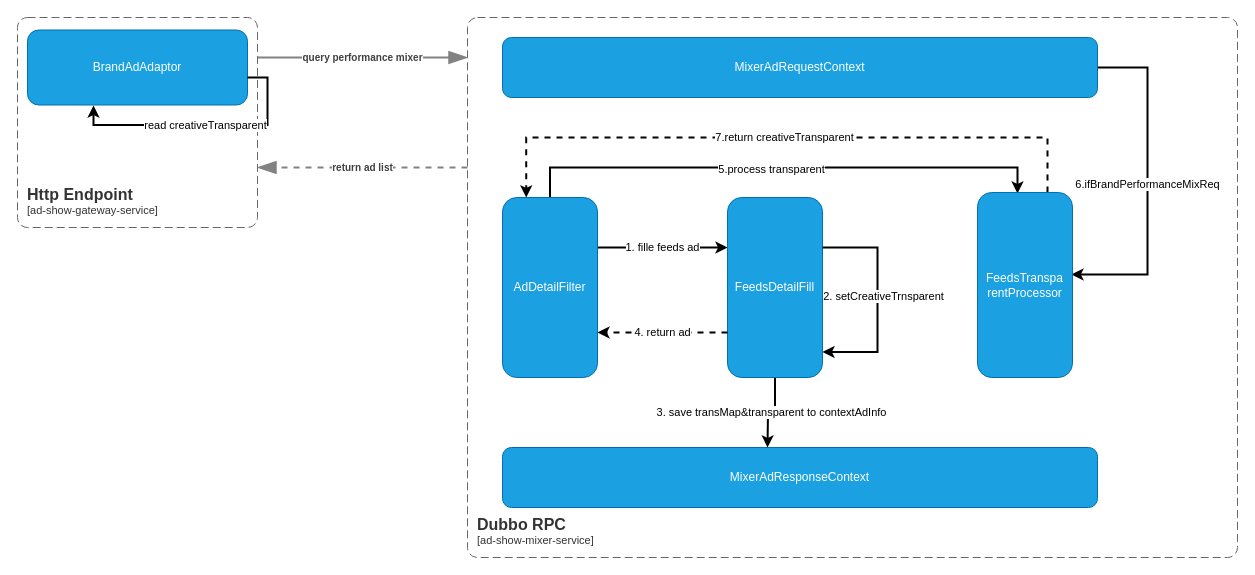
Before: universal-engine/universal-transparent.drawio in karlchan-cn/drawio-repository, a draw.io diagram. Source tidied: cells renumbered, new cells numbered last; positions are measured from the earlier drawing's top-left corner, leaving out a move shared by most shapes. Both pictures are drawn from the tidied source at 100%, with x=0, y=0 at pixel (17, 17).
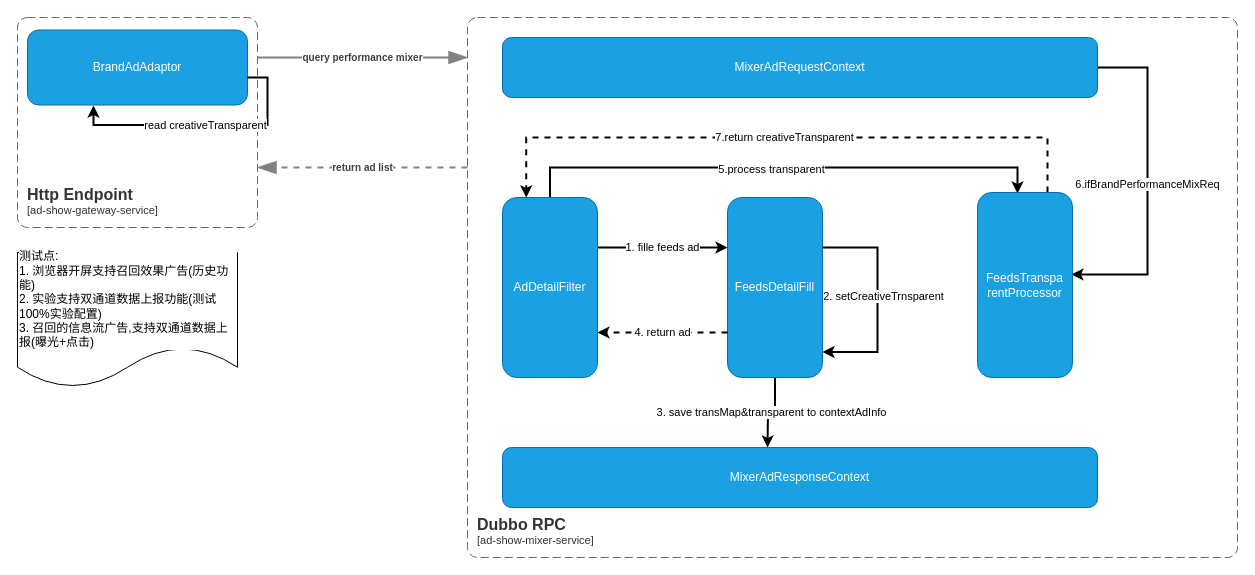
The same diagram, later.

What changed in the source:
```diff
@@
+    <mxCell id="22" value="测试点:&lt;br&gt;1. 浏览器开屏支持召回效果广告(历史功能)&lt;br&gt;2. 实验支持双通道数据上报功能(测试100%实验配置)&lt;br&gt;3. 召回的信息流广告,支持双通道数据上报(曝光+点击)" style="shape=document;whiteSpace=wrap;html=1;boundedLbl=1;labelBackgroundColor=default;align=left;" parent="1" vertex="1">
+      <mxGeometry y="235" width="220" height="135" as="geometry" />
+    </mxCell>
```
